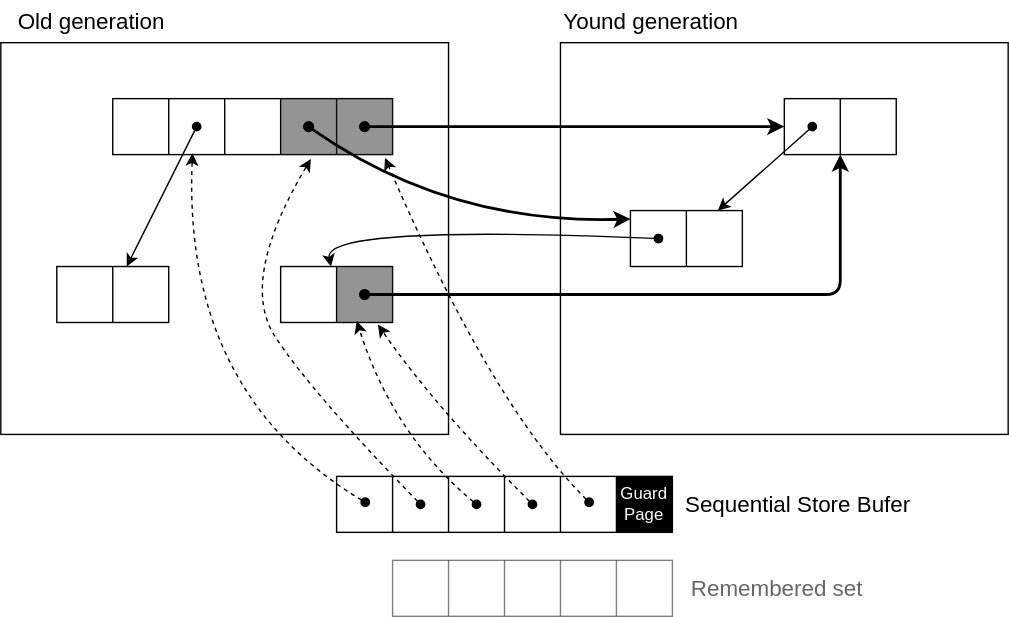
This is assets/img/lecture_materials/GarbageCollection/ch7/ssb.drawio.svg from drop-stones/slides, a draw.io export, as it was before one commit. Source tidied: cells renumbered, new cells last; positions are measured from the earlier drawing's top-left corner, leaving out a move shared by most shapes. The source it was exported from:
```xml
<mxGraphModel>
  <root>
    <mxCell id="0" />
    <mxCell id="1" parent="0" />
    <mxCell id="2" style="rounded=0;whiteSpace=wrap;html=1;fillColor=none;" parent="1" vertex="1">
      <mxGeometry y="30" width="320" height="280" as="geometry" />
    </mxCell>
    <mxCell id="3" style="rounded=0;whiteSpace=wrap;html=1;fillColor=none;" parent="1" vertex="1">
      <mxGeometry x="400" y="30" width="320" height="280" as="geometry" />
    </mxCell>
    <mxCell id="4" value="&lt;font style=&quot;font-size: 16px&quot;&gt;Old generation&lt;/font&gt;" style="text;html=1;strokeColor=none;fillColor=none;align=center;verticalAlign=middle;whiteSpace=wrap;rounded=0;" parent="1" vertex="1">
      <mxGeometry width="130" height="30" as="geometry" />
    </mxCell>
    <mxCell id="5" value="&lt;font style=&quot;font-size: 16px&quot;&gt;Yound generation&lt;/font&gt;" style="text;html=1;strokeColor=none;fillColor=none;align=center;verticalAlign=middle;whiteSpace=wrap;rounded=0;" parent="1" vertex="1">
      <mxGeometry x="400" width="130" height="30" as="geometry" />
    </mxCell>
    <mxCell id="6" style="shape=table;startSize=0;fillColor=none;" parent="1" vertex="1">
      <mxGeometry x="560" y="70" width="80" height="40" as="geometry" />
    </mxCell>
    <mxCell id="7" style="shape=partialRectangle;fillColor=none;top=0;left=0;bottom=0;right=0;points=[[0,0.5],[1,0.5]];portConstraint=eastwest;" parent="6" vertex="1">
      <mxGeometry width="80" height="40" as="geometry" />
    </mxCell>
    <mxCell id="8" style="shape=partialRectangle;html=1;whiteSpace=wrap;overflow=hidden;fillColor=none;top=0;left=0;bottom=0;right=0;" parent="7" vertex="1">
      <mxGeometry width="40" height="40" as="geometry" />
    </mxCell>
    <mxCell id="9" style="shape=partialRectangle;html=1;whiteSpace=wrap;overflow=hidden;fillColor=none;top=0;left=0;bottom=0;right=0;" parent="7" vertex="1">
      <mxGeometry x="40" width="40" height="40" as="geometry" />
    </mxCell>
    <mxCell id="10" style="shape=table;startSize=0;fillColor=none;" parent="1" vertex="1">
      <mxGeometry x="450" y="150" width="80" height="40" as="geometry" />
    </mxCell>
    <mxCell id="11" style="shape=partialRectangle;fillColor=none;top=0;left=0;bottom=0;right=0;points=[[0,0.5],[1,0.5]];portConstraint=eastwest;" parent="10" vertex="1">
      <mxGeometry width="80" height="40" as="geometry" />
    </mxCell>
    <mxCell id="12" style="shape=partialRectangle;html=1;whiteSpace=wrap;overflow=hidden;fillColor=none;top=0;left=0;bottom=0;right=0;" parent="11" vertex="1">
      <mxGeometry width="40" height="40" as="geometry" />
    </mxCell>
    <mxCell id="13" style="shape=partialRectangle;html=1;whiteSpace=wrap;overflow=hidden;fillColor=none;top=0;left=0;bottom=0;right=0;" parent="11" vertex="1">
      <mxGeometry x="40" width="40" height="40" as="geometry" />
    </mxCell>
    <mxCell id="14" style="shape=table;startSize=0;fillColor=none;" parent="1" vertex="1">
      <mxGeometry x="80" y="70" width="200" height="40" as="geometry" />
    </mxCell>
    <mxCell id="15" style="shape=partialRectangle;fillColor=none;top=0;left=0;bottom=0;right=0;points=[[0,0.5],[1,0.5]];portConstraint=eastwest;" parent="14" vertex="1">
      <mxGeometry width="200" height="40" as="geometry" />
    </mxCell>
    <mxCell id="16" style="shape=partialRectangle;html=1;whiteSpace=wrap;overflow=hidden;fillColor=none;top=0;left=0;bottom=0;right=0;" parent="15" vertex="1">
      <mxGeometry width="40" height="40" as="geometry" />
    </mxCell>
    <mxCell id="17" style="shape=partialRectangle;html=1;whiteSpace=wrap;overflow=hidden;fillColor=none;top=0;left=0;bottom=0;right=0;" parent="15" vertex="1">
      <mxGeometry x="40" width="40" height="40" as="geometry" />
    </mxCell>
    <mxCell id="18" style="shape=partialRectangle;html=1;whiteSpace=wrap;overflow=hidden;fillColor=none;top=0;left=0;bottom=0;right=0;" parent="15" vertex="1">
      <mxGeometry x="80" width="40" height="40" as="geometry" />
    </mxCell>
    <mxCell id="19" style="shape=partialRectangle;html=1;whiteSpace=wrap;overflow=hidden;fillColor=#2A2A2A;top=0;left=0;bottom=0;right=0;opacity=50;" parent="15" vertex="1">
      <mxGeometry x="120" width="40" height="40" as="geometry" />
    </mxCell>
    <mxCell id="20" style="shape=partialRectangle;html=1;whiteSpace=wrap;overflow=hidden;fillColor=#2A2A2A;top=0;left=0;bottom=0;right=0;opacity=50;" parent="15" vertex="1">
      <mxGeometry x="160" width="40" height="40" as="geometry" />
    </mxCell>
    <mxCell id="21" style="shape=table;startSize=0;fillColor=none;" parent="1" vertex="1">
      <mxGeometry x="40" y="190" width="80" height="40" as="geometry" />
    </mxCell>
    <mxCell id="22" style="shape=partialRectangle;fillColor=none;top=0;left=0;bottom=0;right=0;points=[[0,0.5],[1,0.5]];portConstraint=eastwest;" parent="21" vertex="1">
      <mxGeometry width="80" height="40" as="geometry" />
    </mxCell>
    <mxCell id="23" style="shape=partialRectangle;html=1;whiteSpace=wrap;overflow=hidden;fillColor=none;top=0;left=0;bottom=0;right=0;" parent="22" vertex="1">
      <mxGeometry width="40" height="40" as="geometry" />
    </mxCell>
    <mxCell id="24" style="shape=partialRectangle;html=1;whiteSpace=wrap;overflow=hidden;fillColor=none;top=0;left=0;bottom=0;right=0;" parent="22" vertex="1">
      <mxGeometry x="40" width="40" height="40" as="geometry" />
    </mxCell>
    <mxCell id="25" style="endArrow=classic;html=1;startArrow=oval;startFill=1;" parent="1" edge="1" target="11">
      <mxGeometry relative="1" as="geometry">
        <mxPoint x="580" y="90" as="sourcePoint" />
      </mxGeometry>
    </mxCell>
    <mxCell id="26" style="endArrow=classic;html=1;entryX=0;entryY=0.5;entryDx=0;entryDy=0;startArrow=oval;startFill=1;strokeWidth=2;" parent="1" edge="1" target="7">
      <mxGeometry relative="1" as="geometry">
        <mxPoint x="260" y="90" as="sourcePoint" />
      </mxGeometry>
    </mxCell>
    <mxCell id="27" style="endArrow=classic;html=1;startArrow=oval;startFill=1;" parent="1" edge="1" target="22">
      <mxGeometry relative="1" as="geometry">
        <mxPoint x="140" y="90" as="sourcePoint" />
      </mxGeometry>
    </mxCell>
    <mxCell id="28" style="shape=table;startSize=0;fillColor=none;" parent="1" vertex="1">
      <mxGeometry x="200" y="190" width="80" height="40" as="geometry" />
    </mxCell>
    <mxCell id="29" style="shape=partialRectangle;fillColor=none;top=0;left=0;bottom=0;right=0;points=[[0,0.5],[1,0.5]];portConstraint=eastwest;" parent="28" vertex="1">
      <mxGeometry width="80" height="40" as="geometry" />
    </mxCell>
    <mxCell id="30" style="shape=partialRectangle;html=1;whiteSpace=wrap;overflow=hidden;fillColor=none;top=0;left=0;bottom=0;right=0;" parent="29" vertex="1">
      <mxGeometry width="40" height="40" as="geometry" />
    </mxCell>
    <mxCell id="31" style="shape=partialRectangle;html=1;whiteSpace=wrap;overflow=hidden;fillColor=#2A2A2A;top=0;left=0;bottom=0;right=0;gradientColor=none;opacity=50;" parent="29" vertex="1">
      <mxGeometry x="40" width="40" height="40" as="geometry" />
    </mxCell>
    <mxCell id="32" style="endArrow=classic;html=1;curved=1;startArrow=oval;startFill=1;entryX=0.001;entryY=0.149;entryDx=0;entryDy=0;entryPerimeter=0;strokeWidth=2;" parent="1" edge="1" target="11">
      <mxGeometry relative="1" as="geometry">
        <mxPoint x="220" y="90" as="sourcePoint" />
        <Array as="points">
          <mxPoint x="320" y="160" />
        </Array>
      </mxGeometry>
    </mxCell>
    <mxCell id="33" style="endArrow=classic;html=1;curved=1;startArrow=oval;startFill=1;" parent="1" edge="1" target="29">
      <mxGeometry relative="1" as="geometry">
        <mxPoint x="470" y="170" as="sourcePoint" />
        <Array as="points">
          <mxPoint x="230" y="160" />
        </Array>
      </mxGeometry>
    </mxCell>
    <mxCell id="34" style="endArrow=classic;html=1;rounded=1;startArrow=oval;startFill=1;strokeWidth=2;" parent="1" edge="1" target="7">
      <mxGeometry relative="1" as="geometry">
        <mxPoint x="260" y="210" as="sourcePoint" />
        <Array as="points">
          <mxPoint x="600" y="210" />
        </Array>
      </mxGeometry>
    </mxCell>
    <mxCell id="35" style="shape=table;startSize=0;fillColor=none;" parent="1" vertex="1">
      <mxGeometry x="240" y="340" width="240" height="40" as="geometry" />
    </mxCell>
    <mxCell id="36" style="shape=partialRectangle;fillColor=none;top=0;left=0;bottom=0;right=0;" parent="35" vertex="1">
      <mxGeometry width="240" height="40" as="geometry" />
    </mxCell>
    <mxCell id="37" style="shape=partialRectangle;html=1;whiteSpace=wrap;overflow=hidden;fillColor=none;top=0;left=0;bottom=0;right=0;" parent="36" vertex="1">
      <mxGeometry width="40" height="40" as="geometry" />
    </mxCell>
    <mxCell id="38" style="shape=partialRectangle;html=1;whiteSpace=wrap;overflow=hidden;fillColor=none;top=0;left=0;bottom=0;right=0;" parent="36" vertex="1">
      <mxGeometry x="40" width="40" height="40" as="geometry" />
    </mxCell>
    <mxCell id="39" style="shape=partialRectangle;html=1;whiteSpace=wrap;overflow=hidden;fillColor=none;top=0;left=0;bottom=0;right=0;" parent="36" vertex="1">
      <mxGeometry x="80" width="40" height="40" as="geometry" />
    </mxCell>
    <mxCell id="40" style="shape=partialRectangle;html=1;whiteSpace=wrap;overflow=hidden;fillColor=none;top=0;left=0;bottom=0;right=0;" parent="36" vertex="1">
      <mxGeometry x="120" width="40" height="40" as="geometry" />
    </mxCell>
    <mxCell id="41" style="shape=partialRectangle;html=1;whiteSpace=wrap;overflow=hidden;fillColor=none;top=0;left=0;bottom=0;right=0;" parent="36" vertex="1">
      <mxGeometry x="160" width="40" height="40" as="geometry" />
    </mxCell>
    <mxCell id="42" value="Guard&lt;br&gt;Page" style="shape=partialRectangle;html=1;whiteSpace=wrap;overflow=hidden;fillColor=#000000;top=0;left=0;bottom=0;right=0;fontColor=#FFFFFF;" parent="36" vertex="1">
      <mxGeometry x="200" width="40" height="40" as="geometry" />
    </mxCell>
    <mxCell id="43" style="endArrow=classic;html=1;startArrow=oval;startFill=1;entryX=0.708;entryY=1.079;entryDx=0;entryDy=0;curved=1;dashed=1;entryPerimeter=0;" parent="1" edge="1" target="15">
      <mxGeometry relative="1" as="geometry">
        <mxPoint x="300" y="360" as="sourcePoint" />
        <Array as="points">
          <mxPoint x="222" y="280" />
          <mxPoint x="170" y="200" />
        </Array>
      </mxGeometry>
    </mxCell>
    <mxCell id="44" style="endArrow=classic;html=1;startArrow=oval;startFill=1;curved=1;dashed=1;entryX=0.68;entryY=0.975;entryDx=0;entryDy=0;entryPerimeter=0;" parent="1" edge="1" target="29">
      <mxGeometry relative="1" as="geometry">
        <mxPoint x="340" y="360" as="sourcePoint" />
        <Array as="points">
          <mxPoint x="280" y="310" />
        </Array>
      </mxGeometry>
    </mxCell>
    <mxCell id="45" value="&lt;font style=&quot;font-size: 16px&quot;&gt;Sequential Store Bufer&lt;/font&gt;" style="text;html=1;strokeColor=none;fillColor=none;align=center;verticalAlign=middle;whiteSpace=wrap;rounded=0;" parent="1" vertex="1">
      <mxGeometry x="480" y="345" width="180" height="30" as="geometry" />
    </mxCell>
    <mxCell id="46" style="shape=table;startSize=0;fillColor=none;opacity=50;" parent="1" vertex="1">
      <mxGeometry x="280" y="400" width="200" height="40" as="geometry" />
    </mxCell>
    <mxCell id="47" style="shape=partialRectangle;fillColor=none;top=0;left=0;bottom=0;right=0;" parent="46" vertex="1">
      <mxGeometry width="200" height="40" as="geometry" />
    </mxCell>
    <mxCell id="48" style="shape=partialRectangle;html=1;whiteSpace=wrap;overflow=hidden;fillColor=none;top=0;left=0;bottom=0;right=0;" parent="47" vertex="1">
      <mxGeometry width="40" height="40" as="geometry" />
    </mxCell>
    <mxCell id="49" style="shape=partialRectangle;html=1;whiteSpace=wrap;overflow=hidden;fillColor=none;top=0;left=0;bottom=0;right=0;" parent="47" vertex="1">
      <mxGeometry x="40" width="40" height="40" as="geometry" />
    </mxCell>
    <mxCell id="50" style="shape=partialRectangle;html=1;whiteSpace=wrap;overflow=hidden;fillColor=none;top=0;left=0;bottom=0;right=0;" parent="47" vertex="1">
      <mxGeometry x="80" width="40" height="40" as="geometry" />
    </mxCell>
    <mxCell id="51" style="shape=partialRectangle;html=1;whiteSpace=wrap;overflow=hidden;fillColor=none;top=0;left=0;bottom=0;right=0;" parent="47" vertex="1">
      <mxGeometry x="120" width="40" height="40" as="geometry" />
    </mxCell>
    <mxCell id="52" style="shape=partialRectangle;html=1;whiteSpace=wrap;overflow=hidden;fillColor=none;top=0;left=0;bottom=0;right=0;opacity=50;" parent="47" vertex="1">
      <mxGeometry x="160" width="40" height="40" as="geometry" />
    </mxCell>
    <mxCell id="53" value="&lt;font style=&quot;font-size: 16px&quot; color=&quot;#666666&quot;&gt;Remembered set&lt;/font&gt;" style="text;html=1;strokeColor=none;fillColor=none;align=center;verticalAlign=middle;whiteSpace=wrap;rounded=0;opacity=50;" parent="1" vertex="1">
      <mxGeometry x="480" y="405" width="150" height="30" as="geometry" />
    </mxCell>
    <mxCell id="54" style="endArrow=classic;html=1;startArrow=oval;startFill=1;curved=1;dashed=1;entryX=0.869;entryY=1.038;entryDx=0;entryDy=0;entryPerimeter=0;" parent="1" edge="1" target="29">
      <mxGeometry relative="1" as="geometry">
        <mxPoint x="380" y="360" as="sourcePoint" />
        <Array as="points">
          <mxPoint x="310" y="290" />
        </Array>
      </mxGeometry>
    </mxCell>
    <mxCell id="55" style="endArrow=classic;html=1;startArrow=oval;startFill=1;curved=1;dashed=1;entryX=0.973;entryY=1.059;entryDx=0;entryDy=0;entryPerimeter=0;" parent="1" edge="1" target="15">
      <mxGeometry relative="1" as="geometry">
        <mxPoint x="420.5" y="358.5" as="sourcePoint" />
        <Array as="points">
          <mxPoint x="350.5" y="288.5" />
        </Array>
      </mxGeometry>
    </mxCell>
    <mxCell id="56" style="endArrow=classic;html=1;startArrow=oval;startFill=1;curved=1;dashed=1;entryX=0.285;entryY=0.975;entryDx=0;entryDy=0;entryPerimeter=0;" parent="1" edge="1" target="15">
      <mxGeometry relative="1" as="geometry">
        <mxPoint x="260.5" y="358.5" as="sourcePoint" />
        <Array as="points">
          <mxPoint x="130" y="280" />
        </Array>
      </mxGeometry>
    </mxCell>
  </root>
</mxGraphModel>
```
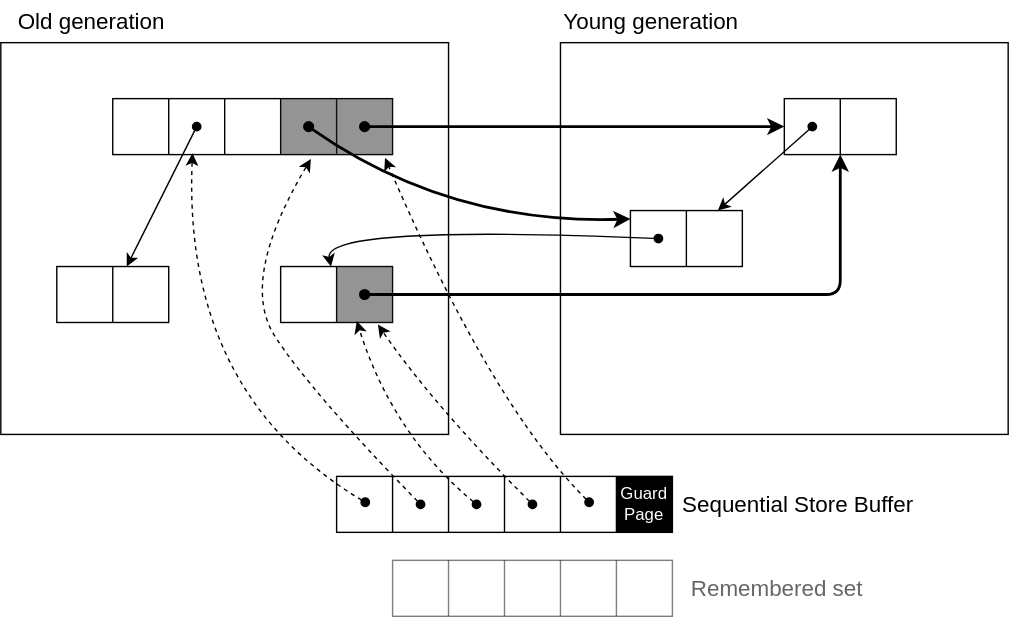
Later version of the same file.

What changed in the source:
```diff
@@ -11,7 +11,7 @@
     <mxCell id="4" value="&lt;font style=&quot;font-size: 16px&quot;&gt;Old generation&lt;/font&gt;" style="text;html=1;strokeColor=none;fillColor=none;align=center;verticalAlign=middle;whiteSpace=wrap;rounded=0;" parent="1" vertex="1">
       <mxGeometry width="130" height="30" as="geometry" />
     </mxCell>
-    <mxCell id="5" value="&lt;font style=&quot;font-size: 16px&quot;&gt;Yound generation&lt;/font&gt;" style="text;html=1;strokeColor=none;fillColor=none;align=center;verticalAlign=middle;whiteSpace=wrap;rounded=0;" parent="1" vertex="1">
+    <mxCell id="5" value="&lt;font style=&quot;font-size: 16px&quot;&gt;Young generation&lt;/font&gt;" style="text;html=1;strokeColor=none;fillColor=none;align=center;verticalAlign=middle;whiteSpace=wrap;rounded=0;" parent="1" vertex="1">
       <mxGeometry x="400" width="130" height="30" as="geometry" />
     </mxCell>
     <mxCell id="6" style="shape=table;startSize=0;fillColor=none;" parent="1" vertex="1">
@@ -163,7 +163,7 @@
         </Array>
       </mxGeometry>
     </mxCell>
-    <mxCell id="45" value="&lt;font style=&quot;font-size: 16px&quot;&gt;Sequential Store Bufer&lt;/font&gt;" style="text;html=1;strokeColor=none;fillColor=none;align=center;verticalAlign=middle;whiteSpace=wrap;rounded=0;" parent="1" vertex="1">
+    <mxCell id="45" value="&lt;font style=&quot;font-size: 16px&quot;&gt;Sequential Store Buffer&lt;/font&gt;" style="text;html=1;strokeColor=none;fillColor=none;align=center;verticalAlign=middle;whiteSpace=wrap;rounded=0;" parent="1" vertex="1">
       <mxGeometry x="480" y="345" width="180" height="30" as="geometry" />
     </mxCell>
     <mxCell id="46" style="shape=table;startSize=0;fillColor=none;opacity=50;" parent="1" vertex="1">
```
